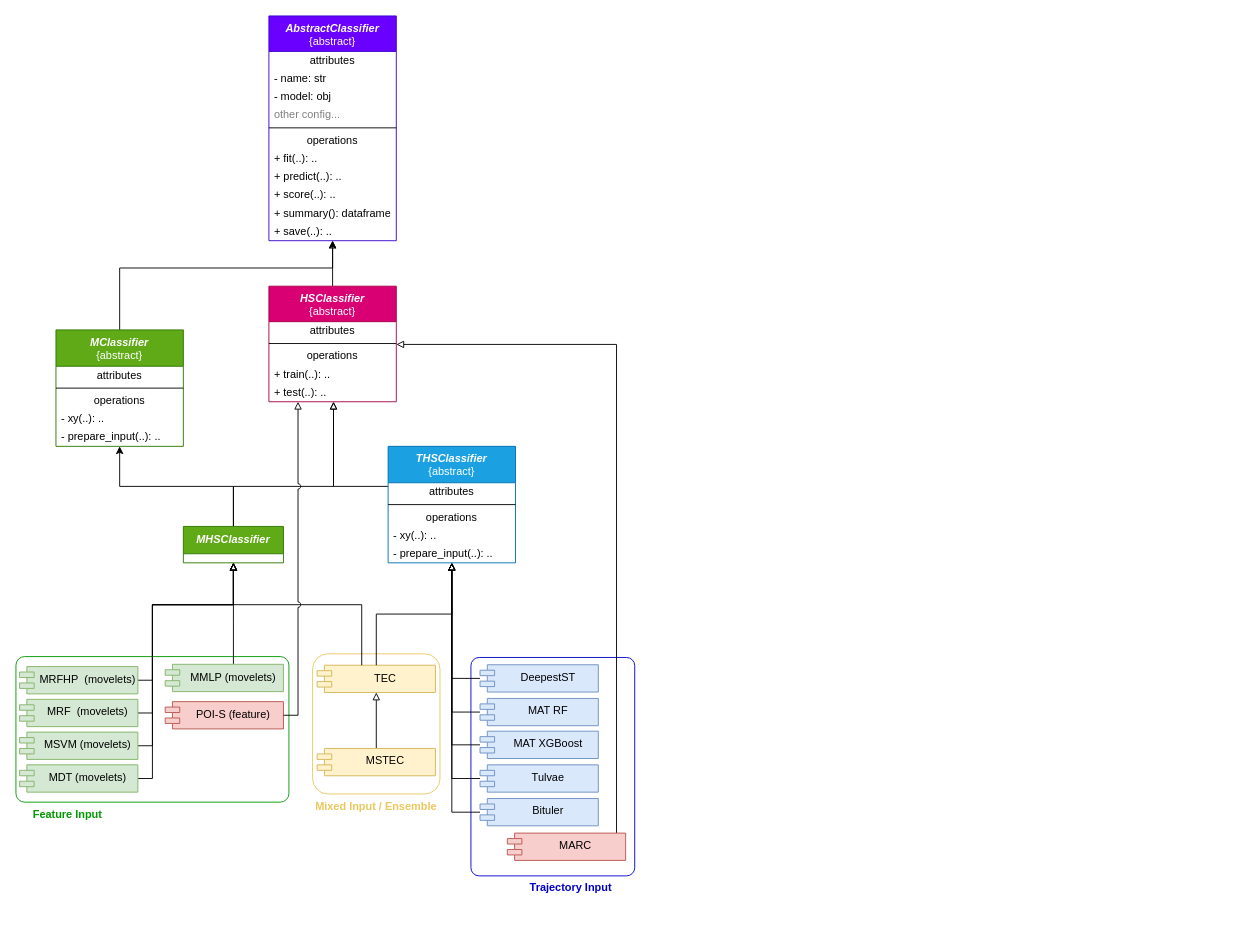
Earlier version of the draw.io diagram mat-classification.drawio (mat-analysis/mat-classification). Source tidied: cells renumbered, new cells numbered last; positions are measured from the earlier drawing's top-left corner, leaving out a move shared by most shapes. Both pictures are drawn from the tidied source at 91%, with x=0, y=0 at pixel (15, 15).
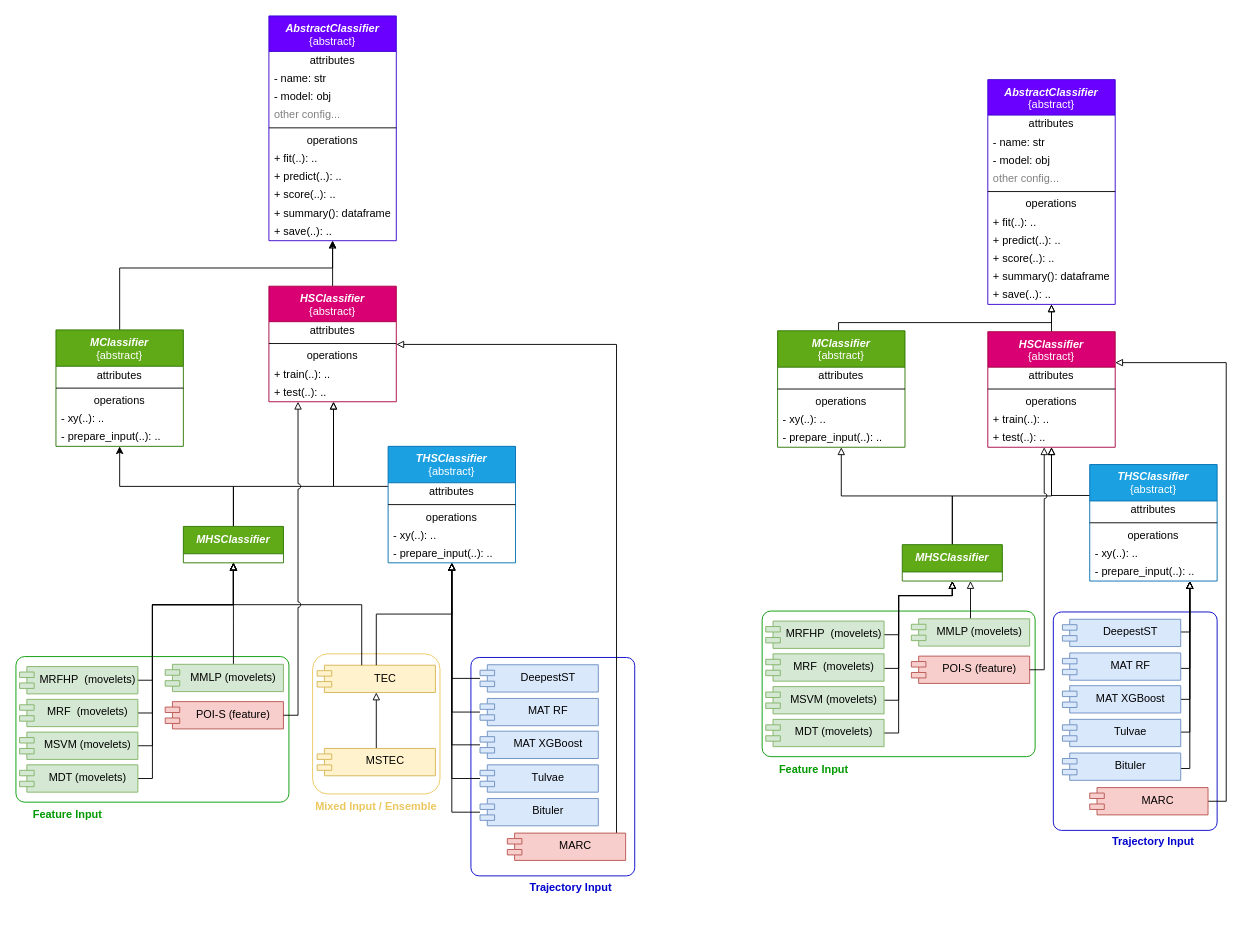
After the change.

Diff of the diagram source:
```diff
@@
+    <mxCell id="70" value="&lt;h4&gt;Trajectory Input&lt;/h4&gt;" style="rounded=1;whiteSpace=wrap;html=1;fillColor=none;verticalAlign=top;labelPosition=right;verticalLabelPosition=bottom;align=left;spacing=-15;spacingTop=0;spacingLeft=-100;spacingRight=0;fontColor=#0000CC;labelBorderColor=none;strokeColor=#0000CC;arcSize=5;" parent="1" vertex="1">
+      <mxGeometry x="1140" y="655" width="180" height="240" as="geometry" />
+    </mxCell>
+    <mxCell id="71" value="&lt;h4&gt;Feature Input&lt;/h4&gt;" style="rounded=1;whiteSpace=wrap;html=1;fillColor=none;verticalAlign=top;labelPosition=left;verticalLabelPosition=bottom;align=right;spacing=-15;spacingTop=1;spacingLeft=0;spacingRight=-80;fontColor=#009900;labelBorderColor=none;strokeColor=#009900;arcSize=6;" parent="1" vertex="1">
+      <mxGeometry x="820" y="654" width="300" height="160" as="geometry" />
+    </mxCell>
+    <mxCell id="72" style="edgeStyle=orthogonalEdgeStyle;rounded=0;jettySize=auto;html=1;endArrow=block;endFill=0;" parent="1" edge="1" source="73" target="95">
+      <mxGeometry relative="1" as="geometry">
+        <Array as="points">
+          <mxPoint x="1029" y="687" />
+          <mxPoint x="1029" y="687" />
+        </Array>
+      </mxGeometry>
+    </mxCell>
+    <mxCell id="73" value="MMLP (movelets)" style="shape=module;align=left;spacingLeft=20;align=center;verticalAlign=top;whiteSpace=wrap;html=1;jettyWidth=16;jettyHeight=6;fillColor=#d5e8d4;strokeColor=#82b366;" parent="1" vertex="1">
+      <mxGeometry x="984" y="662.5" width="130" height="30" as="geometry" />
+    </mxCell>
+    <mxCell id="74" value="POI-S (feature)" style="shape=module;align=left;spacingLeft=20;align=center;verticalAlign=top;whiteSpace=wrap;html=1;jettyWidth=16;jettyHeight=6;fillColor=#f8cecc;strokeColor=#b85450;" parent="1" vertex="1">
+      <mxGeometry x="984" y="703.5" width="130" height="30" as="geometry" />
+    </mxCell>
+    <mxCell id="75" style="edgeStyle=orthogonalEdgeStyle;rounded=0;jettySize=auto;html=1;endArrow=block;endFill=0;" parent="1" edge="1" source="76" target="113">
+      <mxGeometry relative="1" as="geometry">
+        <Array as="points">
+          <mxPoint x="1330" y="863" />
+          <mxPoint x="1330" y="381" />
+        </Array>
+      </mxGeometry>
+    </mxCell>
+    <mxCell id="76" value="MARC" style="shape=module;align=left;spacingLeft=20;align=center;verticalAlign=top;whiteSpace=wrap;html=1;jettyWidth=16;jettyHeight=6;fillColor=#f8cecc;strokeColor=#b85450;" parent="1" vertex="1">
+      <mxGeometry x="1180" y="848" width="130" height="30" as="geometry" />
+    </mxCell>
+    <mxCell id="77" style="edgeStyle=orthogonalEdgeStyle;rounded=0;jettySize=auto;html=1;endArrow=block;endFill=0;" parent="1" edge="1" source="78" target="95">
+      <mxGeometry relative="1" as="geometry">
+        <Array as="points">
+          <mxPoint x="970" y="680" />
+          <mxPoint x="970" y="637" />
+          <mxPoint x="1029" y="637" />
+        </Array>
+      </mxGeometry>
+    </mxCell>
+    <mxCell id="78" value="MRFHP&amp;nbsp; (movelets)" style="shape=module;align=left;spacingLeft=20;align=center;verticalAlign=top;whiteSpace=wrap;html=1;jettyWidth=16;jettyHeight=6;fillColor=#d5e8d4;strokeColor=#82b366;" parent="1" vertex="1">
+      <mxGeometry x="824" y="665" width="130" height="30" as="geometry" />
+    </mxCell>
+    <mxCell id="79" style="edgeStyle=orthogonalEdgeStyle;rounded=0;jettySize=auto;html=1;endArrow=block;endFill=0;" parent="1" edge="1" source="99" target="95">
+      <mxGeometry relative="1" as="geometry">
+        <Array as="points">
+          <mxPoint x="970" y="717" />
+          <mxPoint x="970" y="637" />
+          <mxPoint x="1029" y="637" />
+        </Array>
+      </mxGeometry>
+    </mxCell>
+    <mxCell id="80" style="edgeStyle=orthogonalEdgeStyle;rounded=0;jettySize=auto;html=1;endArrow=block;endFill=0;" parent="1" edge="1" source="81" target="95">
+      <mxGeometry relative="1" as="geometry">
+        <Array as="points">
+          <mxPoint x="970" y="752" />
+          <mxPoint x="970" y="637" />
+          <mxPoint x="1029" y="637" />
+        </Array>
+      </mxGeometry>
+    </mxCell>
+    <mxCell id="81" value="MSVM&amp;nbsp;(movelets)" style="shape=module;align=left;spacingLeft=20;align=center;verticalAlign=top;whiteSpace=wrap;html=1;jettyWidth=16;jettyHeight=6;fillColor=#d5e8d4;strokeColor=#82b366;" parent="1" vertex="1">
+      <mxGeometry x="824" y="737" width="130" height="30" as="geometry" />
+    </mxCell>
+    <mxCell id="82" style="edgeStyle=orthogonalEdgeStyle;rounded=0;jettySize=auto;html=1;endArrow=block;endFill=0;" parent="1" edge="1" source="83" target="119">
+      <mxGeometry relative="1" as="geometry">
+        <Array as="points">
+          <mxPoint x="1290" y="677" />
+        </Array>
+      </mxGeometry>
+    </mxCell>
+    <mxCell id="83" value="DeepestST" style="shape=module;align=left;spacingLeft=20;align=center;verticalAlign=top;whiteSpace=wrap;html=1;jettyWidth=16;jettyHeight=6;fillColor=#dae8fc;strokeColor=#6c8ebf;" parent="1" vertex="1">
+      <mxGeometry x="1150" y="663" width="130" height="30" as="geometry" />
+    </mxCell>
+    <mxCell id="84" style="edgeStyle=orthogonalEdgeStyle;rounded=0;jettySize=auto;html=1;endArrow=block;endFill=0;" parent="1" edge="1" source="85" target="119">
+      <mxGeometry relative="1" as="geometry">
+        <Array as="points">
+          <mxPoint x="1290" y="717" />
+        </Array>
+      </mxGeometry>
+    </mxCell>
+    <mxCell id="85" value="MAT RF" style="shape=module;align=left;spacingLeft=20;align=center;verticalAlign=top;whiteSpace=wrap;html=1;jettyWidth=16;jettyHeight=6;fillColor=#dae8fc;strokeColor=#6c8ebf;" parent="1" vertex="1">
+      <mxGeometry x="1150" y="700" width="130" height="30" as="geometry" />
+    </mxCell>
+    <mxCell id="86" style="edgeStyle=orthogonalEdgeStyle;rounded=0;jettySize=auto;html=1;endArrow=block;endFill=0;" parent="1" edge="1" source="87" target="119">
+      <mxGeometry relative="1" as="geometry">
+        <Array as="points">
+          <mxPoint x="1290" y="751" />
+        </Array>
+      </mxGeometry>
+    </mxCell>
+    <mxCell id="87" value="MAT XGBoost" style="shape=module;align=left;spacingLeft=20;align=center;verticalAlign=top;whiteSpace=wrap;html=1;jettyWidth=16;jettyHeight=6;fillColor=#dae8fc;strokeColor=#6c8ebf;" parent="1" vertex="1">
+      <mxGeometry x="1150" y="736" width="130" height="30" as="geometry" />
+    </mxCell>
+    <mxCell id="88" style="edgeStyle=orthogonalEdgeStyle;rounded=0;jettySize=auto;html=1;endArrow=block;endFill=0;" parent="1" edge="1" source="89" target="119">
+      <mxGeometry relative="1" as="geometry">
+        <Array as="points">
+          <mxPoint x="1290" y="787" />
+        </Array>
+      </mxGeometry>
+    </mxCell>
+    <mxCell id="89" value="Tulvae" style="shape=module;align=left;spacingLeft=20;align=center;verticalAlign=top;whiteSpace=wrap;html=1;jettyWidth=16;jettyHeight=6;fillColor=#dae8fc;strokeColor=#6c8ebf;" parent="1" vertex="1">
+      <mxGeometry x="1150" y="773" width="130" height="30" as="geometry" />
+    </mxCell>
+    <mxCell id="90" style="edgeStyle=orthogonalEdgeStyle;rounded=0;jettySize=auto;html=1;endArrow=block;endFill=0;" parent="1" edge="1" source="91" target="119">
+      <mxGeometry relative="1" as="geometry">
+        <Array as="points">
+          <mxPoint x="1290" y="827" />
+        </Array>
+      </mxGeometry>
+    </mxCell>
+    <mxCell id="91" value="Bituler" style="shape=module;align=left;spacingLeft=20;align=center;verticalAlign=top;whiteSpace=wrap;html=1;jettyWidth=16;jettyHeight=6;fillColor=#dae8fc;strokeColor=#6c8ebf;" parent="1" vertex="1">
+      <mxGeometry x="1150" y="810" width="130" height="30" as="geometry" />
+    </mxCell>
+    <mxCell id="92" style="edgeStyle=orthogonalEdgeStyle;rounded=0;jettySize=auto;html=1;endArrow=block;endFill=0;strokeColor=default;align=center;verticalAlign=middle;fontFamily=Helvetica;fontSize=11;fontColor=default;labelBackgroundColor=default;" parent="1" edge="1" source="113" target="101">
+      <mxGeometry relative="1" as="geometry" />
+    </mxCell>
+    <mxCell id="93" style="edgeStyle=orthogonalEdgeStyle;rounded=0;jettySize=auto;html=1;endArrow=block;endFill=0;" parent="1" edge="1" source="95" target="113">
+      <mxGeometry relative="1" as="geometry" />
+    </mxCell>
+    <mxCell id="94" style="edgeStyle=orthogonalEdgeStyle;rounded=0;jettySize=auto;html=1;strokeColor=default;align=center;verticalAlign=middle;fontFamily=Helvetica;fontSize=11;fontColor=default;labelBackgroundColor=default;endArrow=block;endFill=0;" parent="1" edge="1" source="95" target="126">
+      <mxGeometry relative="1" as="geometry" />
+    </mxCell>
+    <mxCell id="95" value="MHSClassifier" style="swimlane;fontStyle=3;horizontal=1;startSize=30;whiteSpace=wrap;html=1;fillColor=#60a917;fontColor=#ffffff;strokeColor=#2D7600;" parent="1" vertex="1">
+      <mxGeometry x="974" y="581" width="110" height="40" as="geometry" />
+    </mxCell>
+    <mxCell id="96" style="edgeStyle=orthogonalEdgeStyle;rounded=0;jettySize=auto;html=1;endArrow=block;endFill=0;" parent="1" edge="1" source="119" target="113">
+      <mxGeometry relative="1" as="geometry">
+        <Array as="points">
+          <mxPoint x="1138" y="527" />
+        </Array>
+      </mxGeometry>
+    </mxCell>
+    <mxCell id="97" style="edgeStyle=orthogonalEdgeStyle;rounded=0;jettySize=auto;html=1;endArrow=block;endFill=0;" parent="1" edge="1" source="98" target="95">
+      <mxGeometry relative="1" as="geometry">
+        <Array as="points">
+          <mxPoint x="970" y="788" />
+          <mxPoint x="970" y="637" />
+          <mxPoint x="1029" y="637" />
+        </Array>
+      </mxGeometry>
+    </mxCell>
+    <mxCell id="98" value="MDT (movelets)" style="shape=module;align=left;spacingLeft=20;align=center;verticalAlign=top;whiteSpace=wrap;html=1;jettyWidth=16;jettyHeight=6;fillColor=#d5e8d4;strokeColor=#82b366;" parent="1" vertex="1">
+      <mxGeometry x="824" y="773" width="130" height="30" as="geometry" />
+    </mxCell>
+    <mxCell id="99" value="MRF&amp;nbsp; (movelets)" style="shape=module;align=left;spacingLeft=20;align=center;verticalAlign=top;whiteSpace=wrap;html=1;jettyWidth=16;jettyHeight=6;fillColor=#d5e8d4;strokeColor=#82b366;" parent="1" vertex="1">
+      <mxGeometry x="824" y="701" width="130" height="30" as="geometry" />
+    </mxCell>
+    <mxCell id="100" style="edgeStyle=orthogonalEdgeStyle;rounded=0;jettySize=auto;html=1;endArrow=block;endFill=0;jumpStyle=arc;" parent="1" edge="1" source="74" target="113">
+      <mxGeometry relative="1" as="geometry">
+        <Array as="points">
+          <mxPoint x="1130" y="719" />
+        </Array>
+      </mxGeometry>
+    </mxCell>
+    <mxCell id="101" value="&lt;span style=&quot;font-style: italic; font-weight: 700;&quot;&gt;AbstractClassifier&lt;/span&gt;&lt;br&gt;{abstract}" style="swimlane;fontStyle=0;align=center;verticalAlign=top;horizontal=1;startSize=39;html=1;whiteSpace=wrap;fillColor=#6a00ff;fontColor=#ffffff;strokeColor=#3700CC;" parent="1" vertex="1">
+      <mxGeometry x="1068" y="70" width="140" height="247" as="geometry" />
+    </mxCell>
+    <mxCell id="102" value="attributes" style="text;html=1;strokeColor=none;fillColor=none;align=center;verticalAlign=middle;spacingLeft=4;spacingRight=4;overflow=hidden;whiteSpace=wrap;" parent="101" vertex="1">
+      <mxGeometry y="39" width="140" height="20" as="geometry" />
+    </mxCell>
+    <mxCell id="103" value="- name: str" style="text;html=1;strokeColor=none;fillColor=none;align=left;verticalAlign=middle;spacingLeft=4;spacingRight=4;overflow=hidden;whiteSpace=wrap;" parent="101" vertex="1">
+      <mxGeometry y="59" width="140" height="20" as="geometry" />
+    </mxCell>
+    <mxCell id="104" value="- model: obj" style="text;html=1;strokeColor=none;fillColor=none;align=left;verticalAlign=middle;spacingLeft=4;spacingRight=4;overflow=hidden;whiteSpace=wrap;" parent="101" vertex="1">
+      <mxGeometry y="79" width="140" height="20" as="geometry" />
+    </mxCell>
+    <mxCell id="105" value="other config..." style="text;html=1;strokeColor=none;fillColor=none;align=left;verticalAlign=middle;spacingLeft=4;spacingRight=4;overflow=hidden;fontColor=#808080;whiteSpace=wrap;" parent="101" vertex="1">
+      <mxGeometry y="99" width="140" height="20" as="geometry" />
+    </mxCell>
+    <mxCell id="106" style="line;strokeWidth=1;fillColor=none;align=left;verticalAlign=middle;spacingTop=-1;spacingLeft=3;spacingRight=3;labelPosition=right;" parent="101" vertex="1">
+      <mxGeometry y="119" width="140" height="8" as="geometry" />
+    </mxCell>
+    <mxCell id="107" value="operations" style="text;html=1;strokeColor=none;fillColor=none;align=center;verticalAlign=middle;spacingLeft=4;spacingRight=4;overflow=hidden;whiteSpace=wrap;" parent="101" vertex="1">
+      <mxGeometry y="127" width="140" height="20" as="geometry" />
+    </mxCell>
+    <mxCell id="108" value="+ fit(..): .." style="text;html=1;strokeColor=none;fillColor=none;align=left;verticalAlign=middle;spacingLeft=4;spacingRight=4;overflow=hidden;whiteSpace=wrap;" parent="101" vertex="1">
+      <mxGeometry y="147" width="140" height="20" as="geometry" />
+    </mxCell>
+    <mxCell id="109" value="+ predict(..): .." style="text;html=1;strokeColor=none;fillColor=none;align=left;verticalAlign=middle;spacingLeft=4;spacingRight=4;overflow=hidden;whiteSpace=wrap;" parent="101" vertex="1">
+      <mxGeometry y="167" width="140" height="20" as="geometry" />
+    </mxCell>
+    <mxCell id="110" value="+ score(..): .." style="text;html=1;strokeColor=none;fillColor=none;align=left;verticalAlign=middle;spacingLeft=4;spacingRight=4;overflow=hidden;whiteSpace=wrap;" parent="101" vertex="1">
+      <mxGeometry y="187" width="140" height="20" as="geometry" />
+    </mxCell>
+    <mxCell id="111" value="+ summary(): dataframe" style="text;html=1;strokeColor=none;fillColor=none;align=left;verticalAlign=middle;spacingLeft=4;spacingRight=4;overflow=hidden;whiteSpace=wrap;" parent="101" vertex="1">
+      <mxGeometry y="207" width="140" height="20" as="geometry" />
+    </mxCell>
+    <mxCell id="112" value="+ save(..): .." style="text;html=1;strokeColor=none;fillColor=none;align=left;verticalAlign=middle;spacingLeft=4;spacingRight=4;overflow=hidden;whiteSpace=wrap;" parent="101" vertex="1">
+      <mxGeometry y="227" width="140" height="20" as="geometry" />
+    </mxCell>
+    <mxCell id="113" value="&lt;b&gt;&lt;i&gt;HSClassifier&lt;/i&gt;&lt;/b&gt;&lt;br&gt;{abstract}" style="swimlane;fontStyle=0;align=center;verticalAlign=top;horizontal=1;startSize=39;html=1;whiteSpace=wrap;fillColor=#d80073;fontColor=#ffffff;strokeColor=#A50040;" parent="1" vertex="1">
+      <mxGeometry x="1068" y="347" width="140" height="127" as="geometry" />
+    </mxCell>
+    <mxCell id="114" value="attributes" style="text;html=1;strokeColor=none;fillColor=none;align=center;verticalAlign=middle;spacingLeft=4;spacingRight=4;overflow=hidden;whiteSpace=wrap;" parent="113" vertex="1">
+      <mxGeometry y="39" width="140" height="20" as="geometry" />
+    </mxCell>
+    <mxCell id="115" style="line;strokeWidth=1;fillColor=none;align=left;verticalAlign=middle;spacingTop=-1;spacingLeft=3;spacingRight=3;labelPosition=right;" parent="113" vertex="1">
+      <mxGeometry y="59" width="140" height="8" as="geometry" />
+    </mxCell>
+    <mxCell id="116" value="operations" style="text;html=1;strokeColor=none;fillColor=none;align=center;verticalAlign=middle;spacingLeft=4;spacingRight=4;overflow=hidden;whiteSpace=wrap;" parent="113" vertex="1">
+      <mxGeometry y="67" width="140" height="20" as="geometry" />
+    </mxCell>
+    <mxCell id="117" value="+ train(..): .." style="text;html=1;strokeColor=none;fillColor=none;align=left;verticalAlign=middle;spacingLeft=4;spacingRight=4;overflow=hidden;whiteSpace=wrap;" parent="113" vertex="1">
+      <mxGeometry y="87" width="140" height="20" as="geometry" />
+    </mxCell>
+    <mxCell id="118" value="+ test(..): .." style="text;html=1;strokeColor=none;fillColor=none;align=left;verticalAlign=middle;spacingLeft=4;spacingRight=4;overflow=hidden;whiteSpace=wrap;" parent="113" vertex="1">
+      <mxGeometry y="107" width="140" height="20" as="geometry" />
+    </mxCell>
+    <mxCell id="119" value="&lt;b&gt;&lt;i&gt;THSClassifier&lt;/i&gt;&lt;/b&gt;&lt;br&gt;{abstract}" style="swimlane;fontStyle=0;align=center;verticalAlign=top;horizontal=1;startSize=40;html=1;whiteSpace=wrap;fillColor=#1ba1e2;fontColor=#ffffff;strokeColor=#006EAF;" parent="1" vertex="1">
+      <mxGeometry x="1180" y="493" width="140" height="128" as="geometry" />
+    </mxCell>
+    <mxCell id="120" value="attributes" style="text;html=1;strokeColor=none;fillColor=none;align=center;verticalAlign=middle;spacingLeft=4;spacingRight=4;overflow=hidden;whiteSpace=wrap;" parent="119" vertex="1">
+      <mxGeometry y="40" width="140" height="20" as="geometry" />
+    </mxCell>
+    <mxCell id="121" style="line;strokeWidth=1;fillColor=none;align=left;verticalAlign=middle;spacingTop=-1;spacingLeft=3;spacingRight=3;labelPosition=right;" parent="119" vertex="1">
+      <mxGeometry y="60" width="140" height="8" as="geometry" />
+    </mxCell>
+    <mxCell id="122" value="operations" style="text;html=1;strokeColor=none;fillColor=none;align=center;verticalAlign=middle;spacingLeft=4;spacingRight=4;overflow=hidden;whiteSpace=wrap;" parent="119" vertex="1">
+      <mxGeometry y="68" width="140" height="20" as="geometry" />
+    </mxCell>
+    <mxCell id="123" value="- xy(..): .." style="text;html=1;strokeColor=none;fillColor=none;align=left;verticalAlign=middle;spacingLeft=4;spacingRight=4;overflow=hidden;whiteSpace=wrap;" parent="119" vertex="1">
+      <mxGeometry y="88" width="140" height="20" as="geometry" />
+    </mxCell>
+    <mxCell id="124" value="- prepare_input(..): .." style="text;html=1;strokeColor=none;fillColor=none;align=left;verticalAlign=middle;spacingLeft=4;spacingRight=4;overflow=hidden;whiteSpace=wrap;" parent="119" vertex="1">
+      <mxGeometry y="108" width="140" height="20" as="geometry" />
+    </mxCell>
+    <mxCell id="125" style="edgeStyle=orthogonalEdgeStyle;rounded=0;jettySize=auto;html=1;strokeColor=default;align=center;verticalAlign=middle;fontFamily=Helvetica;fontSize=11;fontColor=default;labelBackgroundColor=default;endArrow=block;endFill=0;" parent="1" edge="1" source="126" target="101">
+      <mxGeometry relative="1" as="geometry">
+        <Array as="points">
+          <mxPoint x="904" y="337" />
+          <mxPoint x="1138" y="337" />
+        </Array>
+      </mxGeometry>
+    </mxCell>
+    <mxCell id="126" value="&lt;b&gt;&lt;i&gt;MClassifier&lt;/i&gt;&lt;/b&gt;&lt;br&gt;{abstract}" style="swimlane;fontStyle=0;align=center;verticalAlign=top;horizontal=1;startSize=40;html=1;whiteSpace=wrap;fillColor=#60a917;fontColor=#ffffff;strokeColor=#2D7600;" parent="1" vertex="1">
+      <mxGeometry x="837" y="346" width="140" height="128" as="geometry" />
+    </mxCell>
+    <mxCell id="127" value="attributes" style="text;html=1;strokeColor=none;fillColor=none;align=center;verticalAlign=middle;spacingLeft=4;spacingRight=4;overflow=hidden;whiteSpace=wrap;" parent="126" vertex="1">
+      <mxGeometry y="40" width="140" height="20" as="geometry" />
+    </mxCell>
+    <mxCell id="128" style="line;strokeWidth=1;fillColor=none;align=left;verticalAlign=middle;spacingTop=-1;spacingLeft=3;spacingRight=3;labelPosition=right;" parent="126" vertex="1">
+      <mxGeometry y="60" width="140" height="8" as="geometry" />
+    </mxCell>
+    <mxCell id="129" value="operations" style="text;html=1;strokeColor=none;fillColor=none;align=center;verticalAlign=middle;spacingLeft=4;spacingRight=4;overflow=hidden;whiteSpace=wrap;" parent="126" vertex="1">
+      <mxGeometry y="68" width="140" height="20" as="geometry" />
+    </mxCell>
+    <mxCell id="130" value="- xy(..): .." style="text;html=1;strokeColor=none;fillColor=none;align=left;verticalAlign=middle;spacingLeft=4;spacingRight=4;overflow=hidden;whiteSpace=wrap;" parent="126" vertex="1">
+      <mxGeometry y="88" width="140" height="20" as="geometry" />
+    </mxCell>
+    <mxCell id="131" value="- prepare_input(..): .." style="text;html=1;strokeColor=none;fillColor=none;align=left;verticalAlign=middle;spacingLeft=4;spacingRight=4;overflow=hidden;whiteSpace=wrap;" parent="126" vertex="1">
+      <mxGeometry y="108" width="140" height="20" as="geometry" />
+    </mxCell>
```
